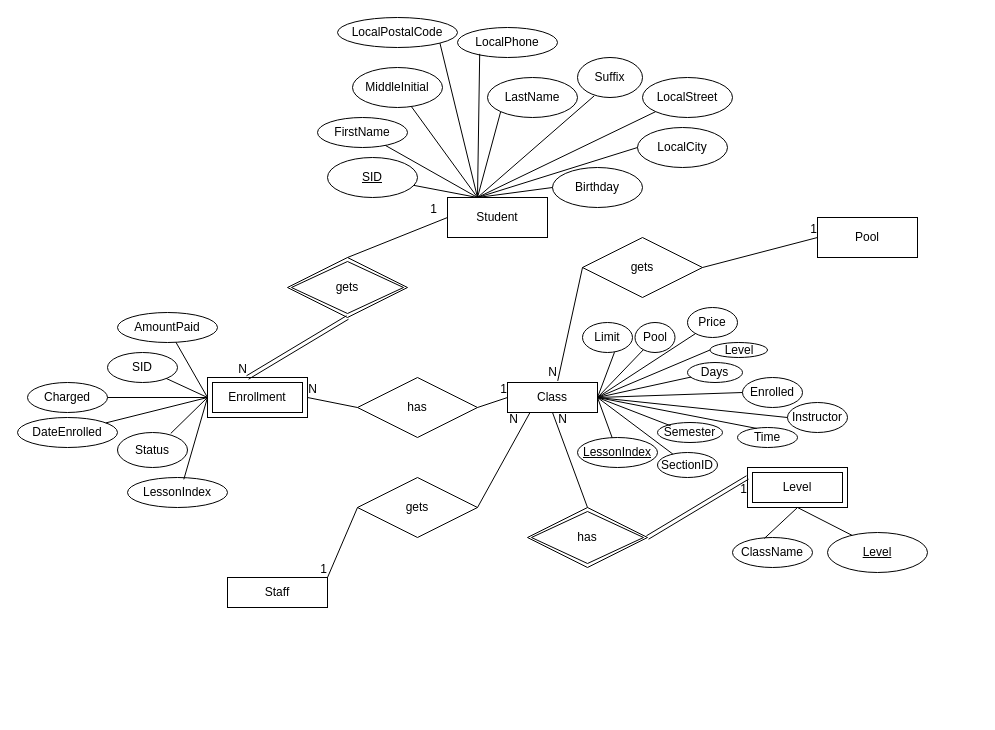
Before: 3.5 Q2 ER Diagram.drawio in ImaDeSara/ImaDeSara, a draw.io diagram. Source tidied: cells renumbered, new cells numbered last; positions are measured from the earlier drawing's top-left corner, leaving out a move shared by most shapes. Both pictures are drawn from the tidied source at 100%, with x=0, y=0 at pixel (17, 17).
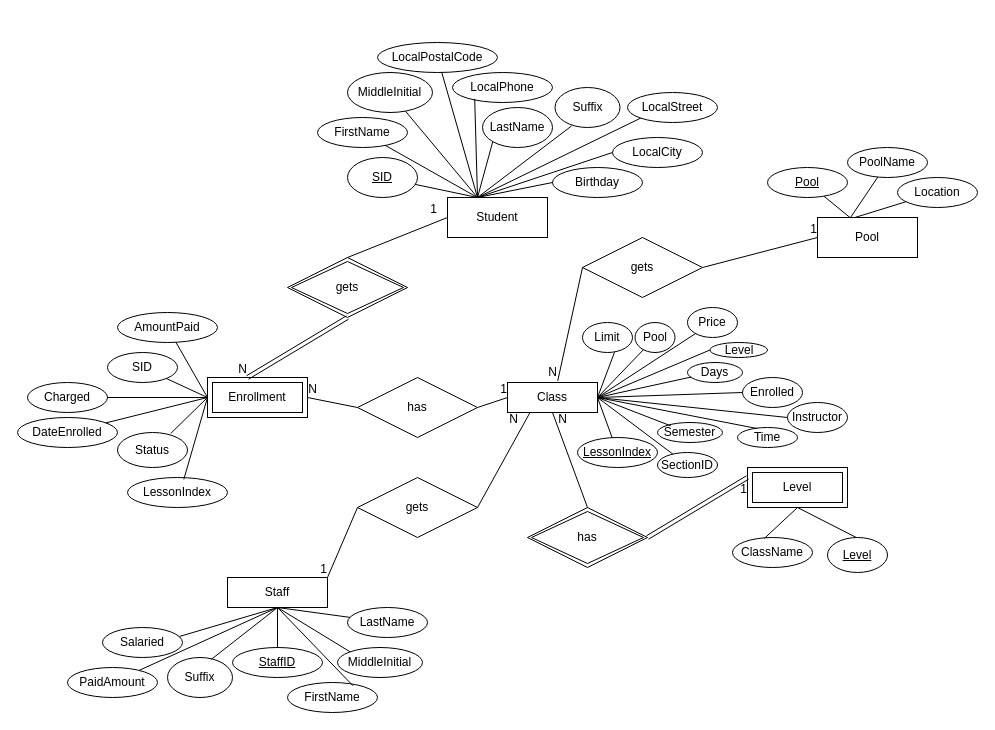
The same page after the edit.

Unchanged cells that the change refers to:
```xml
<mxCell id="3" value="Pool" style="rounded=0;whiteSpace=wrap;html=1;" parent="1" vertex="1">
  <mxGeometry x="800" y="200" width="100" height="40" as="geometry" />
</mxCell>
<mxCell id="4" value="Staff" style="rounded=0;whiteSpace=wrap;html=1;" parent="1" vertex="1">
  <mxGeometry x="210" y="560" width="100" height="30" as="geometry" />
</mxCell>
```

What changed in the source:
```diff
@@
     <mxCell id="33" value="SID" style="ellipse;whiteSpace=wrap;html=1;align=center;fontStyle=4;" parent="1" vertex="1">
-      <mxGeometry x="310" y="140" width="90" height="40" as="geometry" />
+      <mxGeometry x="330" y="140" width="70" height="40" as="geometry" />
     </mxCell>
@@
     <mxCell id="35" value="MiddleInitial" style="ellipse;whiteSpace=wrap;html=1;align=center;" parent="1" vertex="1">
-      <mxGeometry x="335" y="50" width="90" height="40" as="geometry" />
+      <mxGeometry x="330" y="55" width="85" height="40" as="geometry" />
     </mxCell>
     <mxCell id="36" value="LastName" style="ellipse;whiteSpace=wrap;html=1;align=center;" parent="1" vertex="1">
-      <mxGeometry x="470" y="60" width="90" height="40" as="geometry" />
+      <mxGeometry x="465" y="90" width="70" height="40" as="geometry" />
     </mxCell>
     <mxCell id="37" value="Suffix" style="ellipse;whiteSpace=wrap;html=1;align=center;" parent="1" vertex="1">
-      <mxGeometry x="560" y="40" width="65" height="40" as="geometry" />
+      <mxGeometry x="537.5" y="70" width="65" height="40" as="geometry" />
     </mxCell>
     <mxCell id="38" value="Birthday" style="ellipse;whiteSpace=wrap;html=1;align=center;" parent="1" vertex="1">
-      <mxGeometry x="535" y="150" width="90" height="40" as="geometry" />
+      <mxGeometry x="535" y="150" width="90" height="30" as="geometry" />
     </mxCell>
     <mxCell id="39" value="LocalStreet" style="ellipse;whiteSpace=wrap;html=1;align=center;" parent="1" vertex="1">
-      <mxGeometry x="625" y="60" width="90" height="40" as="geometry" />
+      <mxGeometry x="610" y="75" width="90" height="30" as="geometry" />
     </mxCell>
     <mxCell id="40" value="LocalCity" style="ellipse;whiteSpace=wrap;html=1;align=center;" parent="1" vertex="1">
-      <mxGeometry x="620" y="110" width="90" height="40" as="geometry" />
+      <mxGeometry x="595" y="120" width="90" height="30" as="geometry" />
     </mxCell>
     <mxCell id="41" value="LocalPostalCode" style="ellipse;whiteSpace=wrap;html=1;align=center;" parent="1" vertex="1">
-      <mxGeometry x="320" width="120" height="30" as="geometry" />
+      <mxGeometry x="360" y="25" width="120" height="30" as="geometry" />
     </mxCell>
     <mxCell id="42" value="LocalPhone" style="ellipse;whiteSpace=wrap;html=1;align=center;" parent="1" vertex="1">
-      <mxGeometry x="440" y="10" width="100" height="30" as="geometry" />
+      <mxGeometry x="435" y="55" width="100" height="30" as="geometry" />
     </mxCell>
@@
-    <mxCell id="51" style="endArrow=none;html=1;rounded=0;entryX=1;entryY=1;entryDx=0;entryDy=0;" parent="1" edge="1" target="41">
+    <mxCell id="51" style="endArrow=none;html=1;rounded=0;" parent="1" edge="1" target="41">
       <mxGeometry relative="1" as="geometry">
         <mxPoint x="460" y="180" as="sourcePoint" />
       </mxGeometry>
     </mxCell>
@@
     <mxCell id="90" value="Level" style="ellipse;whiteSpace=wrap;html=1;align=center;fontStyle=4;" parent="1" vertex="1">
-      <mxGeometry x="810" y="515" width="100" height="40" as="geometry" />
+      <mxGeometry x="810" y="520" width="60" height="35" as="geometry" />
     </mxCell>
+    <mxCell id="91" value="Pool" style="ellipse;whiteSpace=wrap;html=1;align=center;fontStyle=4;" parent="1" vertex="1">
+      <mxGeometry x="750" y="150" width="80" height="30" as="geometry" />
+    </mxCell>
+    <mxCell id="92" value="PoolName" style="ellipse;whiteSpace=wrap;html=1;align=center;" parent="1" vertex="1">
+      <mxGeometry x="830" y="130" width="80" height="30" as="geometry" />
+    </mxCell>
+    <mxCell id="93" value="Location" style="ellipse;whiteSpace=wrap;html=1;align=center;" parent="1" vertex="1">
+      <mxGeometry x="880" y="160" width="80" height="30" as="geometry" />
+    </mxCell>
+    <mxCell id="94" style="endArrow=none;html=1;rounded=0;exitX=0.327;exitY=0.005;exitDx=0;exitDy=0;exitPerimeter=0;" parent="1" edge="1" source="3" target="91">
+      <mxGeometry relative="1" as="geometry" />
+    </mxCell>
+    <mxCell id="95" style="endArrow=none;html=1;rounded=0;exitX=0.331;exitY=-0.003;exitDx=0;exitDy=0;exitPerimeter=0;" parent="1" edge="1" source="3" target="92">
+      <mxGeometry relative="1" as="geometry" />
+    </mxCell>
+    <mxCell id="96" style="endArrow=none;html=1;rounded=0;exitX=0.378;exitY=-0.003;exitDx=0;exitDy=0;exitPerimeter=0;" parent="1" edge="1" source="3" target="93">
+      <mxGeometry relative="1" as="geometry" />
+    </mxCell>
+    <mxCell id="97" value="StaffID" style="ellipse;whiteSpace=wrap;html=1;align=center;fontStyle=4;" parent="1" vertex="1">
+      <mxGeometry x="215" y="630" width="90" height="30" as="geometry" />
+    </mxCell>
+    <mxCell id="98" value="LastName" style="ellipse;whiteSpace=wrap;html=1;align=center;" parent="1" vertex="1">
+      <mxGeometry x="330" y="590" width="80" height="30" as="geometry" />
+    </mxCell>
+    <mxCell id="99" value="FirstName" style="ellipse;whiteSpace=wrap;html=1;align=center;" parent="1" vertex="1">
+      <mxGeometry x="270" y="665" width="90" height="30" as="geometry" />
+    </mxCell>
+    <mxCell id="100" value="MiddleInitial" style="ellipse;whiteSpace=wrap;html=1;align=center;" parent="1" vertex="1">
+      <mxGeometry x="320" y="630" width="85" height="30" as="geometry" />
+    </mxCell>
+    <mxCell id="101" value="Suffix" style="ellipse;whiteSpace=wrap;html=1;align=center;" parent="1" vertex="1">
+      <mxGeometry x="150" y="640" width="65" height="40" as="geometry" />
+    </mxCell>
+    <mxCell id="102" value="Salaried" style="ellipse;whiteSpace=wrap;html=1;align=center;" parent="1" vertex="1">
+      <mxGeometry x="85" y="610" width="80" height="30" as="geometry" />
+    </mxCell>
+    <mxCell id="103" value="PaidAmount" style="ellipse;whiteSpace=wrap;html=1;align=center;" parent="1" vertex="1">
+      <mxGeometry x="50" y="650" width="90" height="30" as="geometry" />
+    </mxCell>
+    <mxCell id="104" style="endArrow=none;html=1;rounded=0;entryX=0.5;entryY=1;entryDx=0;entryDy=0;exitX=0.5;exitY=0;exitDx=0;exitDy=0;" parent="1" edge="1" source="97" target="4">
+      <mxGeometry relative="1" as="geometry" />
+    </mxCell>
+    <mxCell id="105" style="endArrow=none;html=1;rounded=0;entryX=0.5;entryY=1;entryDx=0;entryDy=0;exitX=0.962;exitY=0.299;exitDx=0;exitDy=0;exitPerimeter=0;" parent="1" edge="1" source="102" target="4">
+      <mxGeometry relative="1" as="geometry" />
+    </mxCell>
+    <mxCell id="106" style="endArrow=none;html=1;rounded=0;" parent="1" edge="1" target="98">
+      <mxGeometry relative="1" as="geometry">
+        <mxPoint x="260" y="590" as="sourcePoint" />
+      </mxGeometry>
+    </mxCell>
+    <mxCell id="107" style="endArrow=none;html=1;rounded=0;exitX=0.5;exitY=1;exitDx=0;exitDy=0;entryX=0;entryY=0;entryDx=0;entryDy=0;" parent="1" edge="1" source="4" target="100">
+      <mxGeometry relative="1" as="geometry" />
+    </mxCell>
+    <mxCell id="108" style="endArrow=none;html=1;rounded=0;entryX=0.727;entryY=0.107;entryDx=0;entryDy=0;entryPerimeter=0;" parent="1" edge="1" target="99">
+      <mxGeometry relative="1" as="geometry">
+        <mxPoint x="260" y="590" as="sourcePoint" />
+      </mxGeometry>
+    </mxCell>
+    <mxCell id="109" style="endArrow=none;html=1;rounded=0;entryX=0.673;entryY=0.048;entryDx=0;entryDy=0;entryPerimeter=0;" parent="1" edge="1" target="101">
+      <mxGeometry relative="1" as="geometry">
+        <mxPoint x="260" y="590" as="sourcePoint" />
+      </mxGeometry>
+    </mxCell>
+    <mxCell id="110" style="endArrow=none;html=1;rounded=0;exitX=0.5;exitY=1;exitDx=0;exitDy=0;" parent="1" edge="1" source="4" target="103">
+      <mxGeometry relative="1" as="geometry" />
+    </mxCell>
```
